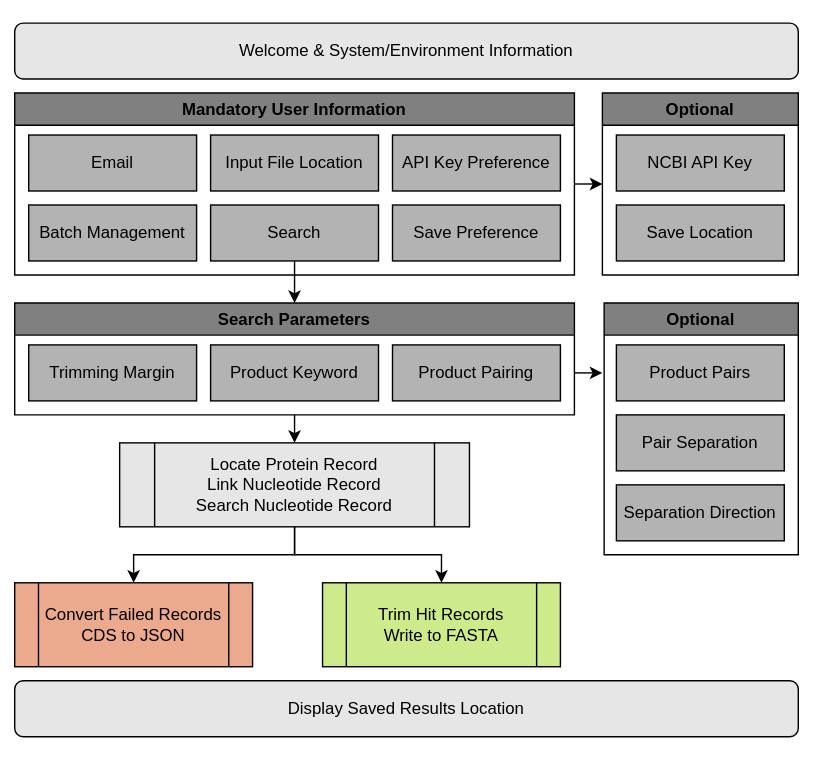
This is images/filter_overview.svg from Parkinson-NP/MIE-2024, a draw.io export, as it was before one commit. Source tidied: cells renumbered, new cells last; positions are measured from the earlier drawing's top-left corner, leaving out a move shared by most shapes.
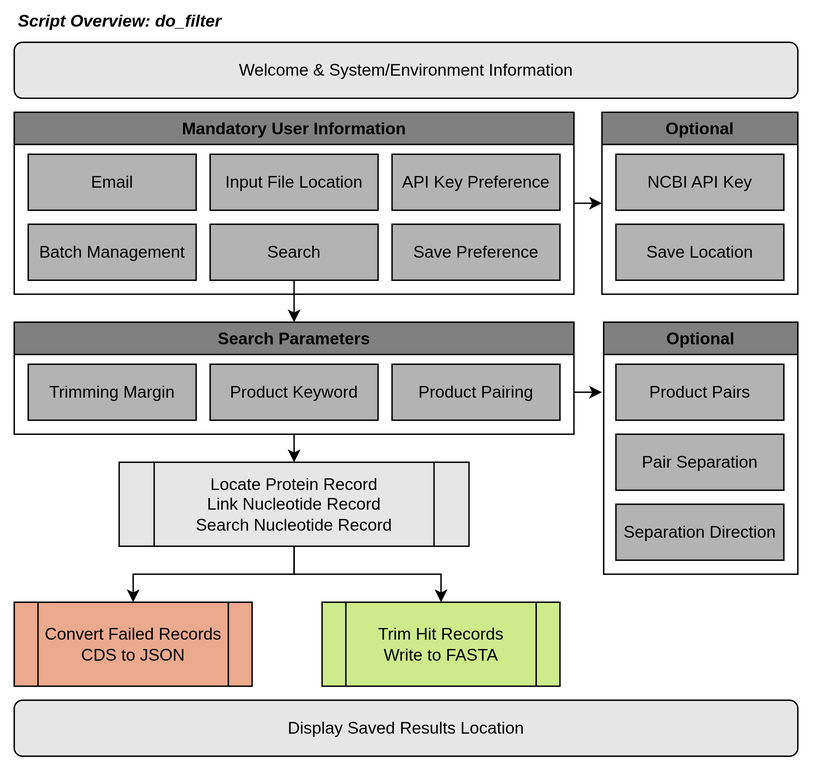
Later version of the same file.

Diff of the diagram source:
```diff
@@ -2,7 +2,7 @@
   <root>
     <mxCell id="0" />
     <mxCell id="1" parent="0" />
-    <mxCell id="2" style="whiteSpace=wrap;html=1;strokeColor=none;fillColor=none;" parent="1" vertex="1">
+    <mxCell id="2" style="whiteSpace=wrap;html=1;strokeColor=none;fillColor=none;fontFamily=Arial;fontSource=https%3A%2F%2Ffonts.googleapis.com%2Fcss%3Ffamily%3DArial;fontColor=#000000;" parent="1" vertex="1">
       <mxGeometry width="580" height="540" as="geometry" />
     </mxCell>
     <mxCell id="3" style="edgeStyle=orthogonalEdgeStyle;rounded=0;jettySize=auto;html=1;exitX=1;exitY=0.5;exitDx=0;exitDy=0;entryX=0;entryY=0.5;entryDx=0;entryDy=0;fontColor=#000000;fontFamily=Arial;fontSource=https%3A%2F%2Ffonts.googleapis.com%2Fcss%3Ffamily%3DArial;strokeColor=#000000;" parent="1" edge="1" source="4" target="9">
@@ -105,5 +105,8 @@
     <mxCell id="31" value="Batch Management" style="rectangle;whiteSpace=wrap;html=1;fontFamily=Arial;fontSource=https%3A%2F%2Ffonts.googleapis.com%2Fcss%3Ffamily%3DArial;strokeColor=#000000;fillColor=#B3B3B3;fontColor=#000000;" parent="1" vertex="1">
       <mxGeometry x="20" y="146" width="120" height="40" as="geometry" />
     </mxCell>
+    <mxCell id="32" value="&lt;b&gt;&lt;i&gt;&lt;font&gt;Script Overview: do_filter&lt;/font&gt;&lt;/i&gt;&lt;/b&gt;" style="text;html=1;align=center;verticalAlign=middle;strokeColor=none;fillColor=none;fontColor=#000000;fontFamily=Arial;fontSource=https%3A%2F%2Ffonts.googleapis.com%2Fcss%3Ffamily%3DArial;" parent="1" vertex="1">
+      <mxGeometry y="-14" width="170" height="30" as="geometry" />
+    </mxCell>
   </root>
 </mxGraphModel>
```
